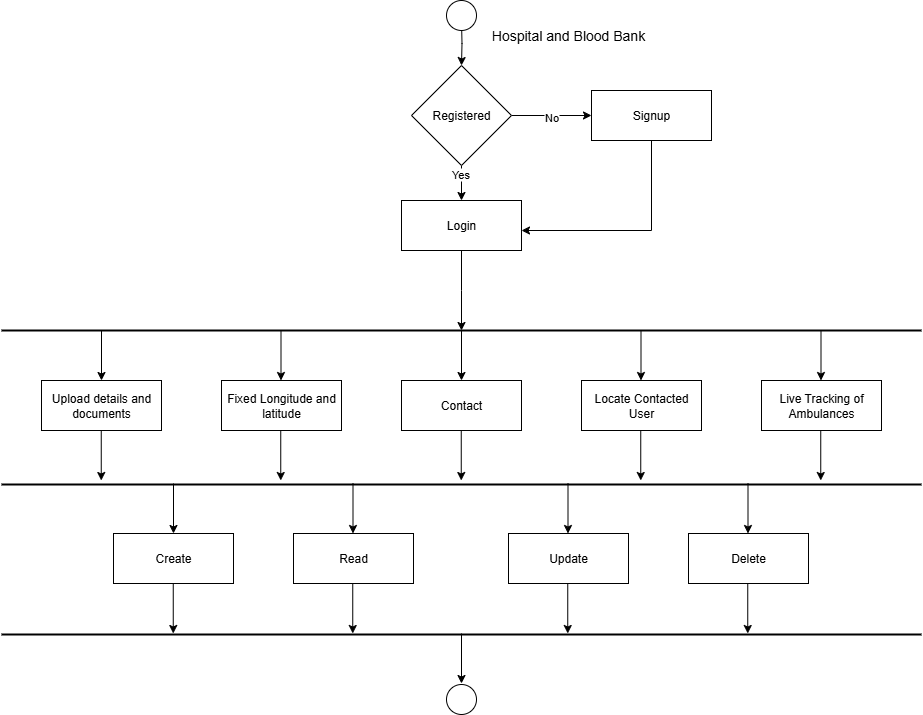
Before: Documentation/image for documentation/activity diagram/bloodbankandhospital.png, a diagram exported from draw.io (iAmVip1/Rapid-Reach). Source tidied: cells renumbered, new cells last; positions are measured from the earlier drawing's top-left corner, leaving out a move shared by most shapes. The source it was exported from:
```xml
<mxGraphModel>
  <root>
    <mxCell id="0" />
    <mxCell id="1" parent="0" />
    <mxCell id="2" style="edgeStyle=orthogonalEdgeStyle;rounded=0;jettySize=auto;html=1;" parent="1" edge="1" target="7">
      <mxGeometry relative="1" as="geometry">
        <mxPoint x="460" y="20" as="sourcePoint" />
      </mxGeometry>
    </mxCell>
    <mxCell id="3" style="edgeStyle=orthogonalEdgeStyle;rounded=0;jettySize=auto;html=1;" parent="1" edge="1" source="7" target="9">
      <mxGeometry relative="1" as="geometry" />
    </mxCell>
    <mxCell id="4" value="No" style="edgeLabel;html=1;align=center;verticalAlign=middle;" parent="3" vertex="1">
      <mxGeometry x="-0.01" y="-1" relative="1" as="geometry" />
    </mxCell>
    <mxCell id="5" style="edgeStyle=orthogonalEdgeStyle;rounded=0;jettySize=auto;html=1;entryX=0.5;entryY=0;entryDx=0;entryDy=0;" parent="1" edge="1" source="7" target="11">
      <mxGeometry relative="1" as="geometry" />
    </mxCell>
    <mxCell id="6" value="Yes" style="edgeLabel;html=1;align=center;verticalAlign=middle;" parent="5" vertex="1">
      <mxGeometry x="-0.66" y="-2" relative="1" as="geometry" />
    </mxCell>
    <mxCell id="7" value="Registered" style="rhombus;whiteSpace=wrap;html=1;" parent="1" vertex="1">
      <mxGeometry x="410" y="65" width="100" height="100" as="geometry" />
    </mxCell>
    <mxCell id="8" style="edgeStyle=orthogonalEdgeStyle;rounded=0;jettySize=auto;html=1;entryX=1;entryY=0.6;entryDx=0;entryDy=0;entryPerimeter=0;" parent="1" edge="1" source="9" target="11">
      <mxGeometry relative="1" as="geometry">
        <Array as="points">
          <mxPoint x="650" y="230" />
        </Array>
      </mxGeometry>
    </mxCell>
    <mxCell id="9" value="Signup" style="rounded=0;whiteSpace=wrap;html=1;" parent="1" vertex="1">
      <mxGeometry x="590" y="90" width="120" height="50" as="geometry" />
    </mxCell>
    <mxCell id="10" style="edgeStyle=orthogonalEdgeStyle;rounded=0;jettySize=auto;html=1;" parent="1" edge="1" source="11">
      <mxGeometry relative="1" as="geometry">
        <mxPoint x="460" y="330" as="targetPoint" />
      </mxGeometry>
    </mxCell>
    <mxCell id="11" value="Login" style="rounded=0;whiteSpace=wrap;html=1;" parent="1" vertex="1">
      <mxGeometry x="400" y="200" width="120" height="50" as="geometry" />
    </mxCell>
    <mxCell id="12" value="Fixed Longitude and latitude" style="rounded=0;whiteSpace=wrap;html=1;" parent="1" vertex="1">
      <mxGeometry x="220" y="380" width="120" height="50" as="geometry" />
    </mxCell>
    <mxCell id="13" value="Contact" style="rounded=0;whiteSpace=wrap;html=1;" parent="1" vertex="1">
      <mxGeometry x="400" y="380" width="120" height="50" as="geometry" />
    </mxCell>
    <mxCell id="14" value="Upload details and documents" style="rounded=0;whiteSpace=wrap;html=1;" parent="1" vertex="1">
      <mxGeometry x="40" y="380" width="120" height="50" as="geometry" />
    </mxCell>
    <mxCell id="15" value="Live Tracking of Ambulances" style="rounded=0;whiteSpace=wrap;html=1;" parent="1" vertex="1">
      <mxGeometry x="760" y="380" width="120" height="50" as="geometry" />
    </mxCell>
    <mxCell id="16" value="Locate Contacted User" style="rounded=0;whiteSpace=wrap;html=1;" parent="1" vertex="1">
      <mxGeometry x="580" y="380" width="120" height="50" as="geometry" />
    </mxCell>
    <mxCell id="17" style="ellipse;whiteSpace=wrap;html=1;" parent="1" vertex="1">
      <mxGeometry x="445" width="30" height="30" as="geometry" />
    </mxCell>
    <mxCell id="18" style="endArrow=none;html=1;rounded=0;fontStyle=1;startSize=15;strokeColor=default;strokeWidth=2;" parent="1" edge="1">
      <mxGeometry relative="1" as="geometry">
        <mxPoint y="330" as="sourcePoint" />
        <mxPoint x="920" y="330" as="targetPoint" />
      </mxGeometry>
    </mxCell>
    <mxCell id="19" style="endArrow=none;html=1;rounded=0;fontStyle=1;startSize=15;strokeColor=default;strokeWidth=2;" parent="1" edge="1">
      <mxGeometry relative="1" as="geometry">
        <mxPoint y="484" as="sourcePoint" />
        <mxPoint x="920" y="484" as="targetPoint" />
      </mxGeometry>
    </mxCell>
    <mxCell id="20" style="endArrow=classic;html=1;rounded=0;" parent="1" edge="1" target="14">
      <mxGeometry relative="1" as="geometry">
        <mxPoint x="100" y="330" as="sourcePoint" />
      </mxGeometry>
    </mxCell>
    <mxCell id="21" style="endArrow=classic;html=1;rounded=0;" parent="1" edge="1">
      <mxGeometry relative="1" as="geometry">
        <mxPoint x="279.5" y="330" as="sourcePoint" />
        <mxPoint x="279.5" y="380" as="targetPoint" />
      </mxGeometry>
    </mxCell>
    <mxCell id="22" style="endArrow=classic;html=1;rounded=0;" parent="1" edge="1">
      <mxGeometry relative="1" as="geometry">
        <mxPoint x="460" y="330" as="sourcePoint" />
        <mxPoint x="460" y="380" as="targetPoint" />
      </mxGeometry>
    </mxCell>
    <mxCell id="23" style="endArrow=classic;html=1;rounded=0;" parent="1" edge="1">
      <mxGeometry relative="1" as="geometry">
        <mxPoint x="639.5" y="330" as="sourcePoint" />
        <mxPoint x="639.5" y="380" as="targetPoint" />
      </mxGeometry>
    </mxCell>
    <mxCell id="24" style="endArrow=classic;html=1;rounded=0;" parent="1" edge="1">
      <mxGeometry relative="1" as="geometry">
        <mxPoint x="819.5" y="330" as="sourcePoint" />
        <mxPoint x="819.5" y="380" as="targetPoint" />
      </mxGeometry>
    </mxCell>
    <mxCell id="25" style="endArrow=classic;html=1;rounded=0;" parent="1" edge="1">
      <mxGeometry relative="1" as="geometry">
        <mxPoint x="99.8" y="430" as="sourcePoint" />
        <mxPoint x="99.8" y="480" as="targetPoint" />
      </mxGeometry>
    </mxCell>
    <mxCell id="26" style="endArrow=classic;html=1;rounded=0;" parent="1" edge="1">
      <mxGeometry relative="1" as="geometry">
        <mxPoint x="279.2" y="430" as="sourcePoint" />
        <mxPoint x="279.2" y="480" as="targetPoint" />
      </mxGeometry>
    </mxCell>
    <mxCell id="27" style="endArrow=classic;html=1;rounded=0;" parent="1" edge="1">
      <mxGeometry relative="1" as="geometry">
        <mxPoint x="459.8" y="430" as="sourcePoint" />
        <mxPoint x="459.8" y="480" as="targetPoint" />
      </mxGeometry>
    </mxCell>
    <mxCell id="28" style="endArrow=classic;html=1;rounded=0;" parent="1" edge="1">
      <mxGeometry relative="1" as="geometry">
        <mxPoint x="639.2" y="430" as="sourcePoint" />
        <mxPoint x="639.2" y="480" as="targetPoint" />
      </mxGeometry>
    </mxCell>
    <mxCell id="29" style="endArrow=classic;html=1;rounded=0;" parent="1" edge="1">
      <mxGeometry relative="1" as="geometry">
        <mxPoint x="819.2" y="430" as="sourcePoint" />
        <mxPoint x="819.2" y="480" as="targetPoint" />
      </mxGeometry>
    </mxCell>
    <mxCell id="30" style="endArrow=classic;html=1;rounded=0;" parent="1" edge="1">
      <mxGeometry relative="1" as="geometry">
        <mxPoint x="460" y="633" as="sourcePoint" />
        <mxPoint x="460" y="683" as="targetPoint" />
      </mxGeometry>
    </mxCell>
    <mxCell id="31" style="ellipse;whiteSpace=wrap;html=1;" parent="1" vertex="1">
      <mxGeometry x="445" y="684" width="30" height="30" as="geometry" />
    </mxCell>
    <mxCell id="32" value="&lt;font style=&quot;font-size: 14px;&quot;&gt;Hospital and Blood Bank&lt;/font&gt;" style="text;html=1;align=center;verticalAlign=middle;whiteSpace=wrap;rounded=0;" parent="1" vertex="1">
      <mxGeometry x="484" y="20" width="166" height="30" as="geometry" />
    </mxCell>
    <mxCell id="33" value="Read" style="rounded=0;whiteSpace=wrap;html=1;" parent="1" vertex="1">
      <mxGeometry x="292" y="533" width="120" height="50" as="geometry" />
    </mxCell>
    <mxCell id="34" value="Create" style="rounded=0;whiteSpace=wrap;html=1;" parent="1" vertex="1">
      <mxGeometry x="112" y="533" width="120" height="50" as="geometry" />
    </mxCell>
    <mxCell id="35" value="Delete" style="rounded=0;whiteSpace=wrap;html=1;" parent="1" vertex="1">
      <mxGeometry x="687" y="533" width="120" height="50" as="geometry" />
    </mxCell>
    <mxCell id="36" value="Update" style="rounded=0;whiteSpace=wrap;html=1;" parent="1" vertex="1">
      <mxGeometry x="507" y="533" width="120" height="50" as="geometry" />
    </mxCell>
    <mxCell id="37" style="endArrow=none;html=1;rounded=0;fontStyle=1;startSize=15;strokeColor=default;strokeWidth=2;" parent="1" edge="1">
      <mxGeometry relative="1" as="geometry">
        <mxPoint y="634" as="sourcePoint" />
        <mxPoint x="920" y="634" as="targetPoint" />
      </mxGeometry>
    </mxCell>
    <mxCell id="38" style="endArrow=classic;html=1;rounded=0;" parent="1" edge="1" target="34">
      <mxGeometry relative="1" as="geometry">
        <mxPoint x="172" y="483" as="sourcePoint" />
      </mxGeometry>
    </mxCell>
    <mxCell id="39" style="endArrow=classic;html=1;rounded=0;" parent="1" edge="1">
      <mxGeometry relative="1" as="geometry">
        <mxPoint x="351.5" y="483" as="sourcePoint" />
        <mxPoint x="351.5" y="533" as="targetPoint" />
      </mxGeometry>
    </mxCell>
    <mxCell id="40" style="endArrow=classic;html=1;rounded=0;" parent="1" edge="1">
      <mxGeometry relative="1" as="geometry">
        <mxPoint x="566.5" y="483" as="sourcePoint" />
        <mxPoint x="566.5" y="533" as="targetPoint" />
      </mxGeometry>
    </mxCell>
    <mxCell id="41" style="endArrow=classic;html=1;rounded=0;" parent="1" edge="1">
      <mxGeometry relative="1" as="geometry">
        <mxPoint x="746.5" y="483" as="sourcePoint" />
        <mxPoint x="746.5" y="533" as="targetPoint" />
      </mxGeometry>
    </mxCell>
    <mxCell id="42" style="endArrow=classic;html=1;rounded=0;" parent="1" edge="1">
      <mxGeometry relative="1" as="geometry">
        <mxPoint x="171.8" y="583" as="sourcePoint" />
        <mxPoint x="171.8" y="633" as="targetPoint" />
      </mxGeometry>
    </mxCell>
    <mxCell id="43" style="endArrow=classic;html=1;rounded=0;" parent="1" edge="1">
      <mxGeometry relative="1" as="geometry">
        <mxPoint x="351.2" y="583" as="sourcePoint" />
        <mxPoint x="351.2" y="633" as="targetPoint" />
      </mxGeometry>
    </mxCell>
    <mxCell id="44" style="endArrow=classic;html=1;rounded=0;" parent="1" edge="1">
      <mxGeometry relative="1" as="geometry">
        <mxPoint x="566.2" y="583" as="sourcePoint" />
        <mxPoint x="566.2" y="633" as="targetPoint" />
      </mxGeometry>
    </mxCell>
    <mxCell id="45" style="endArrow=classic;html=1;rounded=0;" parent="1" edge="1">
      <mxGeometry relative="1" as="geometry">
        <mxPoint x="746.2" y="583" as="sourcePoint" />
        <mxPoint x="746.2" y="633" as="targetPoint" />
      </mxGeometry>
    </mxCell>
  </root>
</mxGraphModel>
```
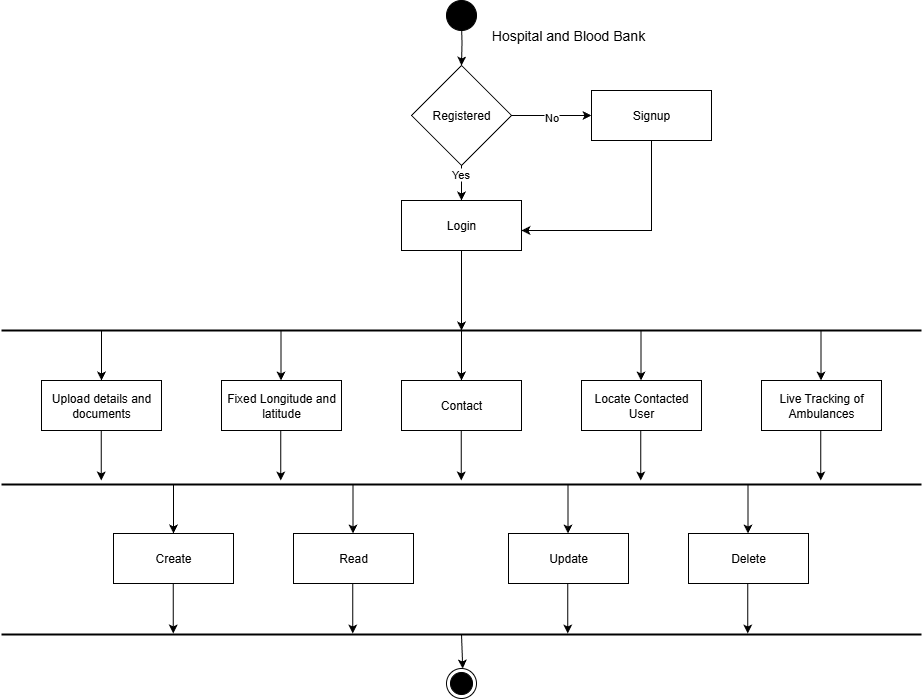
After the change.

Change to the diagram source:
```diff
@@ -55,7 +55,7 @@
     <mxCell id="16" value="Locate Contacted User" style="rounded=0;whiteSpace=wrap;html=1;" parent="1" vertex="1">
       <mxGeometry x="580" y="380" width="120" height="50" as="geometry" />
     </mxCell>
-    <mxCell id="17" style="ellipse;whiteSpace=wrap;html=1;" parent="1" vertex="1">
+    <mxCell id="17" style="ellipse;whiteSpace=wrap;html=1;fillColor=#000000;" parent="1" vertex="1">
       <mxGeometry x="445" width="30" height="30" as="geometry" />
     </mxCell>
     <mxCell id="18" style="endArrow=none;html=1;rounded=0;fontStyle=1;startSize=15;strokeColor=default;strokeWidth=2;" parent="1" edge="1">
@@ -129,15 +129,11 @@
         <mxPoint x="819.2" y="480" as="targetPoint" />
       </mxGeometry>
     </mxCell>
-    <mxCell id="30" style="endArrow=classic;html=1;rounded=0;" parent="1" edge="1">
+    <mxCell id="30" style="endArrow=classic;html=1;rounded=0;" parent="1" edge="1" target="46">
       <mxGeometry relative="1" as="geometry">
         <mxPoint x="460" y="633" as="sourcePoint" />
-        <mxPoint x="460" y="683" as="targetPoint" />
       </mxGeometry>
     </mxCell>
-    <mxCell id="31" style="ellipse;whiteSpace=wrap;html=1;" parent="1" vertex="1">
-      <mxGeometry x="445" y="684" width="30" height="30" as="geometry" />
-    </mxCell>
     <mxCell id="32" value="&lt;font style=&quot;font-size: 14px;&quot;&gt;Hospital and Blood Bank&lt;/font&gt;" style="text;html=1;align=center;verticalAlign=middle;whiteSpace=wrap;rounded=0;" parent="1" vertex="1">
       <mxGeometry x="484" y="20" width="166" height="30" as="geometry" />
     </mxCell>
@@ -206,5 +202,8 @@
         <mxPoint x="746.2" y="633" as="targetPoint" />
       </mxGeometry>
     </mxCell>
+    <mxCell id="46" style="ellipse;html=1;shape=endState;fillColor=strokeColor;" parent="1" vertex="1">
+      <mxGeometry x="445" y="668" width="30" height="30" as="geometry" />
+    </mxCell>
   </root>
 </mxGraphModel>
```
